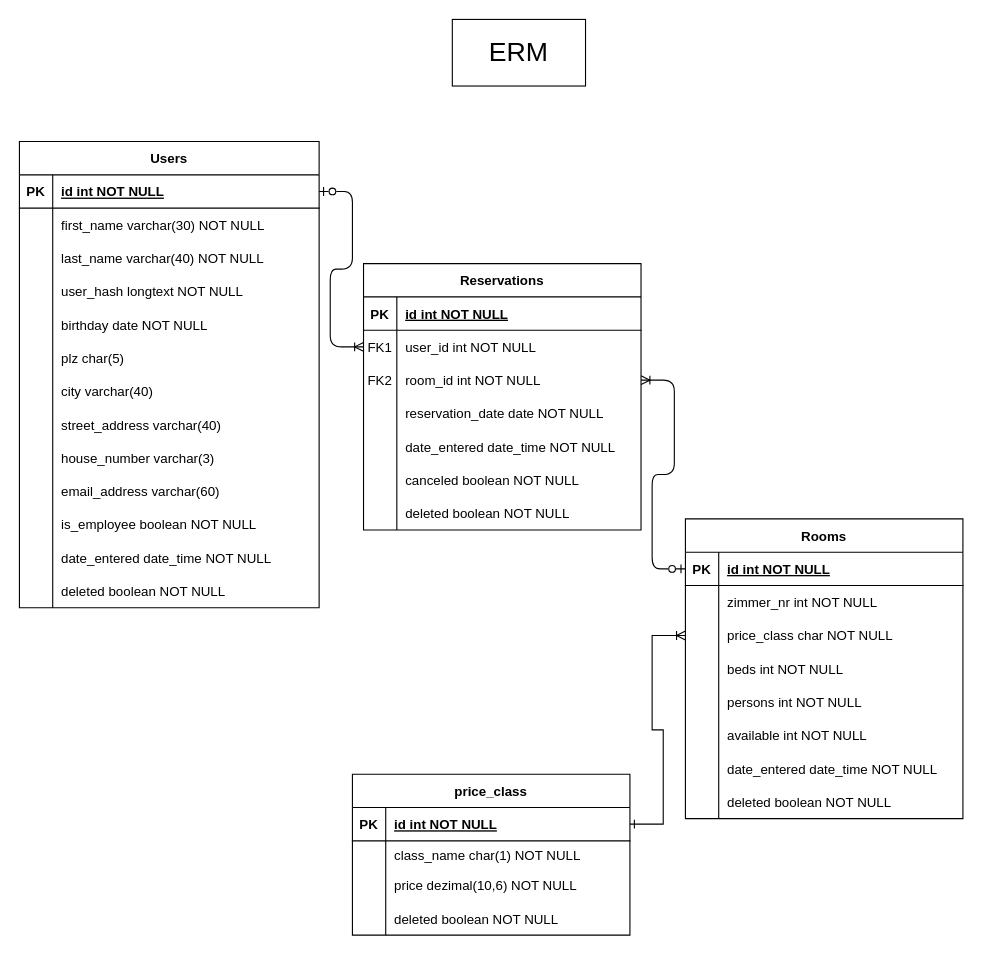
Before: Unbenanntes Diagramm.drawio in JonasE234/Insignio-1---Hotelprojekt, a draw.io diagram. Source tidied: cells renumbered, new cells numbered last; positions are measured from the earlier drawing's top-left corner, leaving out a move shared by most shapes. Both pictures are drawn from the tidied source at 111%, with x=0, y=0 at pixel (19, 19).
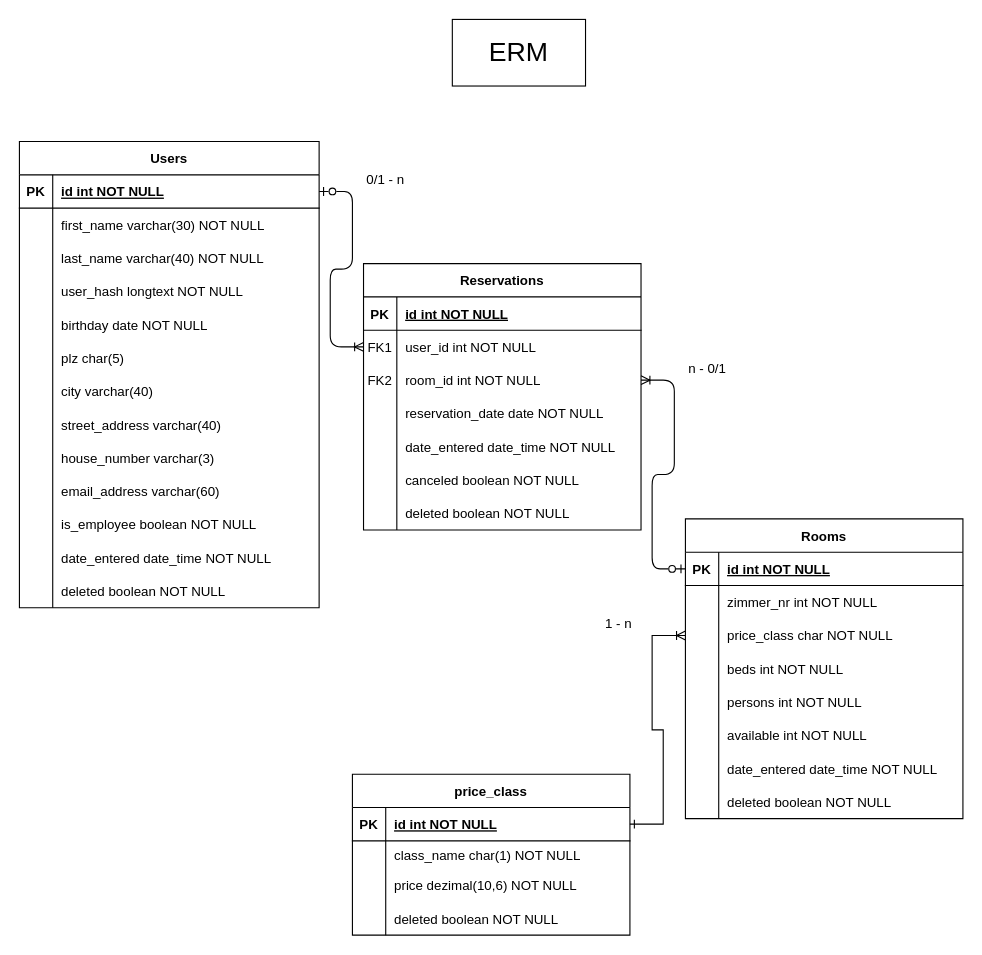
The same diagram, later.

Commit message:
ERM um Text aktualisiert

The edit, as a diff of the source:
```diff
@@
+    <mxCell id="108" value="0/1 - n" style="text;html=1;align=center;verticalAlign=middle;whiteSpace=wrap;rounded=0;" parent="1" vertex="1">
+      <mxGeometry x="300" y="130" width="60" height="30" as="geometry" />
+    </mxCell>
+    <mxCell id="109" value="n - 0/1" style="text;html=1;align=center;verticalAlign=middle;whiteSpace=wrap;rounded=0;" parent="1" vertex="1">
+      <mxGeometry x="590" y="300" width="60" height="30" as="geometry" />
+    </mxCell>
+    <mxCell id="110" value="1 - n" style="text;html=1;align=center;verticalAlign=middle;whiteSpace=wrap;rounded=0;" parent="1" vertex="1">
+      <mxGeometry x="510" y="530" width="60" height="30" as="geometry" />
+    </mxCell>
```
